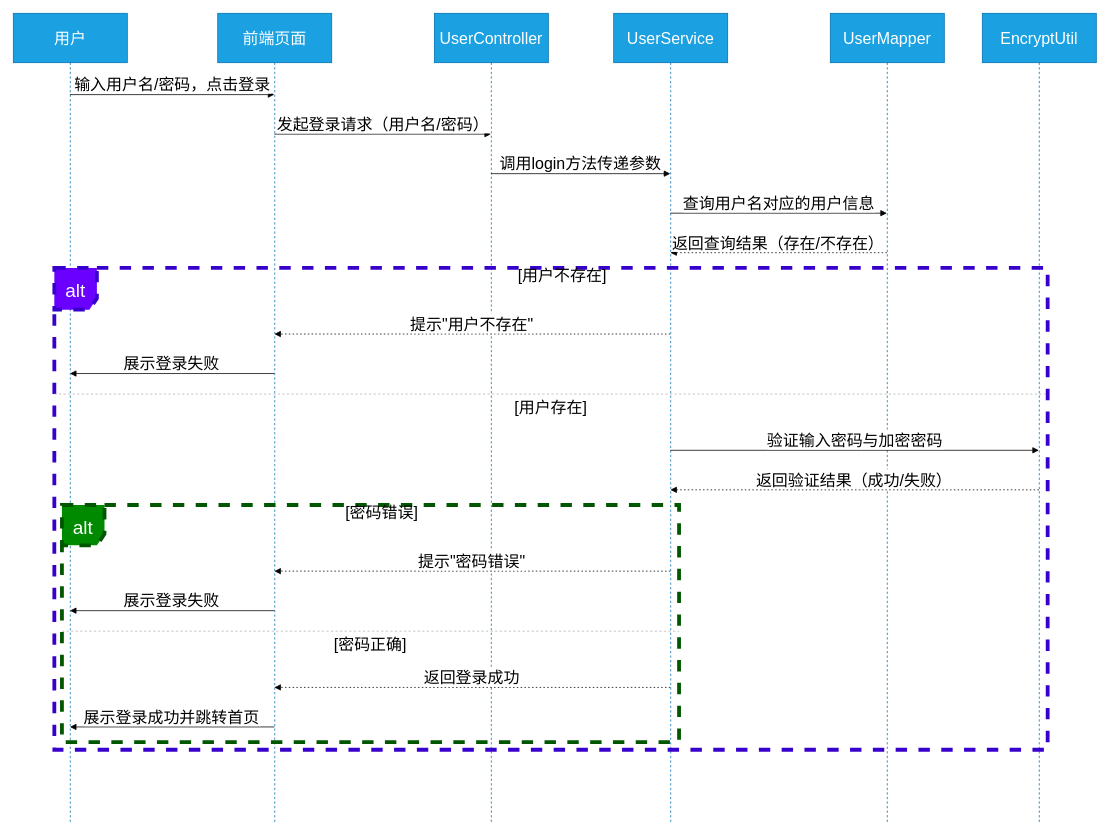
The draw.io diagram userlogin.drawio in LIXINGJIA/TMSK_DRAW.IO, before the edit. Source tidied: cells renumbered, new cells numbered last; positions are measured from the earlier drawing's top-left corner, leaving out a move shared by most shapes. Both pictures are drawn from the tidied source at 76%, with x=0, y=0 at pixel (13, 13).
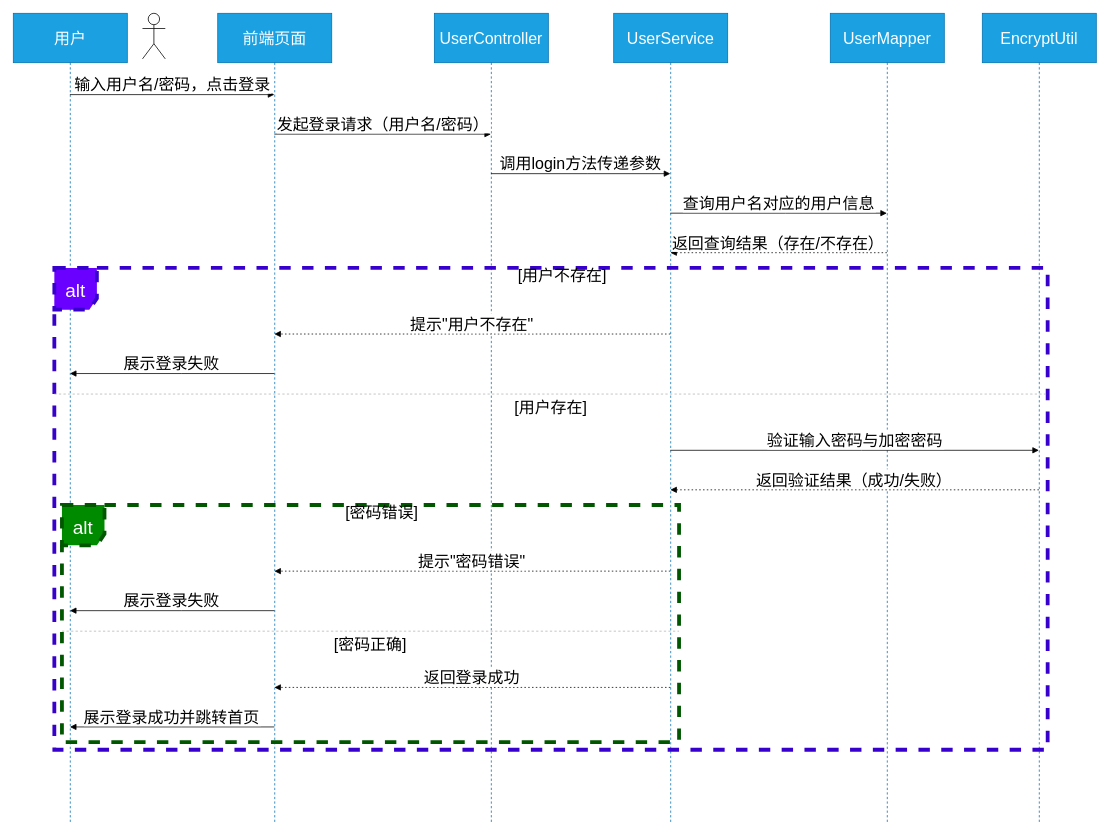
After the change.

Change to the diagram source:
```diff
@@
+    <mxCell id="27" style="shape=umlActor;verticalLabelPosition=bottom;verticalAlign=top;html=1;" parent="1" vertex="1">
+      <mxGeometry x="170" width="30" height="60" as="geometry" />
+    </mxCell>
```
